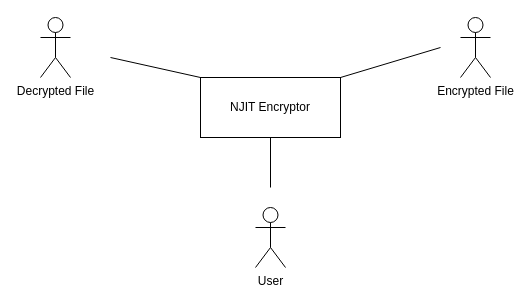
Before: Untitled Diagram.drawio in keidyya/IT202, a draw.io diagram. Source tidied: cells renumbered, new cells numbered last; positions are measured from the earlier drawing's top-left corner, leaving out a move shared by most shapes. Both pictures are drawn from the tidied source at 100%, with x=0, y=0 at pixel (40, 17).
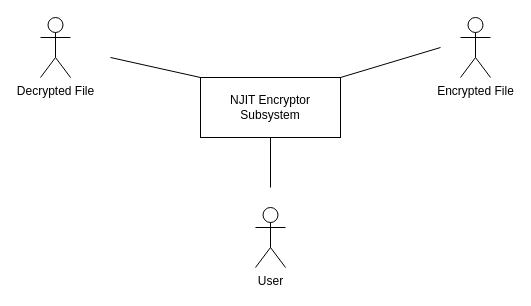
The same diagram, later.

Commit message:
context diagram

Diff of the diagram source:
```diff
@@
 <mxGraphModel>
   <root>
     <mxCell id="0" />
     <mxCell id="1" parent="0" />
     <mxCell id="2" value="Decrypted File " style="shape=umlActor;verticalLabelPosition=bottom;verticalAlign=top;html=1;" parent="1" vertex="1">
       <mxGeometry width="30" height="60" as="geometry" />
     </mxCell>
     <mxCell id="3" value="User" style="shape=umlActor;verticalLabelPosition=bottom;verticalAlign=top;html=1;" parent="1" vertex="1">
       <mxGeometry x="215" y="190" width="30" height="60" as="geometry" />
     </mxCell>
     <mxCell id="4" value="Encrypted File" style="shape=umlActor;verticalLabelPosition=bottom;verticalAlign=top;html=1;fontStyle=0;" parent="1" vertex="1">
       <mxGeometry x="420" width="30" height="60" as="geometry" />
     </mxCell>
-    <mxCell id="5" value="NJIT Encryptor " style="rounded=0;whiteSpace=wrap;html=1;" parent="1" vertex="1">
+    <mxCell id="5" value="NJIT Encryptor Subsystem" style="rounded=0;whiteSpace=wrap;html=1;" parent="1" vertex="1">
       <mxGeometry x="160" y="60" width="140" height="60" as="geometry" />
     </mxCell>
     <mxCell id="6" style="endArrow=none;html=1;rounded=0;exitX=1;exitY=0;exitDx=0;exitDy=0;" parent="1" edge="1" source="5">
       <mxGeometry relative="1" as="geometry">
         <mxPoint x="400" y="30" as="targetPoint" />
       </mxGeometry>
     </mxCell>
     <mxCell id="7" style="endArrow=none;html=1;rounded=0;entryX=0.5;entryY=1;entryDx=0;entryDy=0;" parent="1" edge="1" target="5">
       <mxGeometry relative="1" as="geometry">
         <mxPoint x="230" y="170" as="sourcePoint" />
       </mxGeometry>
     </mxCell>
     <mxCell id="8" style="endArrow=none;html=1;rounded=0;exitX=0;exitY=0;exitDx=0;exitDy=0;" parent="1" edge="1" source="5">
       <mxGeometry relative="1" as="geometry">
         <mxPoint x="70" y="40" as="targetPoint" />
       </mxGeometry>
     </mxCell>
   </root>
 </mxGraphModel>
```
